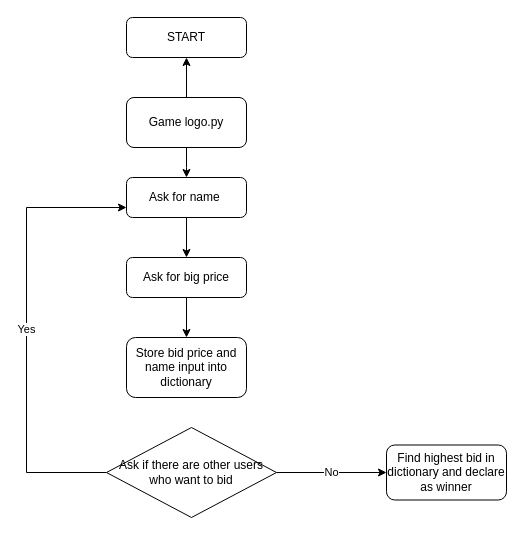
Before: Untitled Diagram.drawio in cedevitaI/html-portfolio, a draw.io diagram. Source tidied: cells renumbered, new cells numbered last; positions are measured from the earlier drawing's top-left corner, leaving out a move shared by most shapes. Both pictures are drawn from the tidied source at 100%, with x=0, y=0 at pixel (26, 17).
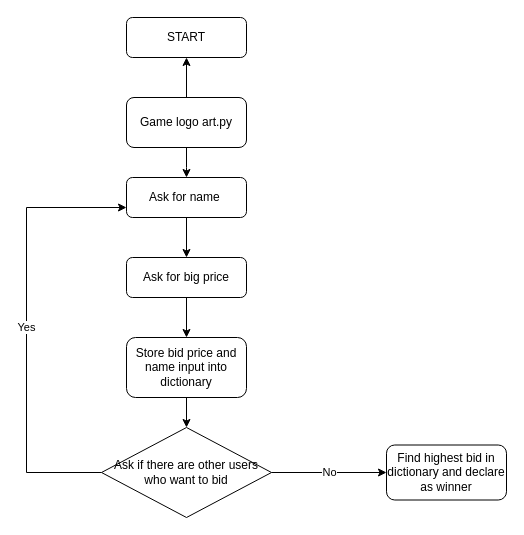
The same diagram, later.

Change to the diagram source:
```diff
@@
 <mxGraphModel>
   <root>
     <mxCell id="0" />
     <mxCell id="1" parent="0" />
     <mxCell id="2" value="START" style="rounded=1;whiteSpace=wrap;html=1;fontSize=12;glass=0;strokeWidth=1;shadow=0;" parent="1" vertex="1">
       <mxGeometry x="100" width="120" height="40" as="geometry" />
     </mxCell>
     <mxCell id="3" style="edgeStyle=orthogonalEdgeStyle;rounded=0;jettySize=auto;html=1;" parent="1" edge="1" source="4" target="5">
       <mxGeometry relative="1" as="geometry" />
     </mxCell>
     <mxCell id="4" value="Ask for big price" style="rounded=1;whiteSpace=wrap;html=1;fontSize=12;glass=0;strokeWidth=1;shadow=0;" parent="1" vertex="1">
       <mxGeometry x="100" y="240" width="120" height="40" as="geometry" />
     </mxCell>
+    <mxCell id="15" style="edgeStyle=orthogonalEdgeStyle;rounded=0;jettySize=auto;html=1;" parent="1" edge="1" source="5" target="14">
+      <mxGeometry relative="1" as="geometry" />
+    </mxCell>
     <mxCell id="5" value="Store bid price and name input into dictionary" style="rounded=1;whiteSpace=wrap;html=1;fontSize=12;glass=0;strokeWidth=1;shadow=0;" parent="1" vertex="1">
       <mxGeometry x="100" y="320" width="120" height="60" as="geometry" />
     </mxCell>
     <mxCell id="6" value="Find highest bid in dictionary and declare as winner" style="rounded=1;whiteSpace=wrap;html=1;fontSize=12;glass=0;strokeWidth=1;shadow=0;" parent="1" vertex="1">
       <mxGeometry x="360" y="427.5" width="120" height="55" as="geometry" />
     </mxCell>
     <mxCell id="7" style="edgeStyle=orthogonalEdgeStyle;rounded=0;jettySize=auto;html=1;entryX=0.5;entryY=1;entryDx=0;entryDy=0;" parent="1" edge="1" source="9" target="2">
       <mxGeometry relative="1" as="geometry" />
     </mxCell>
     <mxCell id="8" style="edgeStyle=orthogonalEdgeStyle;rounded=0;jettySize=auto;html=1;" parent="1" edge="1" source="9">
       <mxGeometry relative="1" as="geometry">
         <mxPoint x="160" y="160" as="targetPoint" />
       </mxGeometry>
     </mxCell>
-    <mxCell id="9" value="Game logo.py" style="rounded=1;whiteSpace=wrap;html=1;fontSize=12;glass=0;strokeWidth=1;shadow=0;" parent="1" vertex="1">
+    <mxCell id="9" value="Game logo art.py" style="rounded=1;whiteSpace=wrap;html=1;fontSize=12;glass=0;strokeWidth=1;shadow=0;" parent="1" vertex="1">
       <mxGeometry x="100" y="80" width="120" height="50" as="geometry" />
     </mxCell>
     <mxCell id="10" style="edgeStyle=orthogonalEdgeStyle;rounded=0;jettySize=auto;html=1;" parent="1" edge="1" source="11" target="4">
       <mxGeometry relative="1" as="geometry" />
     </mxCell>
     <mxCell id="11" value="Ask for name&amp;nbsp;" style="rounded=1;whiteSpace=wrap;html=1;fontSize=12;glass=0;strokeWidth=1;shadow=0;" parent="1" vertex="1">
       <mxGeometry x="100" y="160" width="120" height="40" as="geometry" />
     </mxCell>
     <mxCell id="12" value="&lt;div&gt;Yes&lt;/div&gt;" style="edgeStyle=orthogonalEdgeStyle;rounded=0;jettySize=auto;html=1;entryX=0;entryY=0.75;entryDx=0;entryDy=0;" parent="1" edge="1" source="14" target="11">
       <mxGeometry relative="1" as="geometry">
         <Array as="points">
           <mxPoint y="455" />
           <mxPoint y="190" />
         </Array>
       </mxGeometry>
     </mxCell>
     <mxCell id="13" value="No" style="edgeStyle=orthogonalEdgeStyle;rounded=0;jettySize=auto;html=1;" parent="1" edge="1" source="14" target="6">
       <mxGeometry relative="1" as="geometry" />
     </mxCell>
     <mxCell id="14" value="Ask if there are other users who want to bid" style="rhombus;whiteSpace=wrap;html=1;" parent="1" vertex="1">
-      <mxGeometry x="80" y="410" width="170" height="90" as="geometry" />
+      <mxGeometry x="75" y="410" width="170" height="90" as="geometry" />
     </mxCell>
   </root>
 </mxGraphModel>
```
